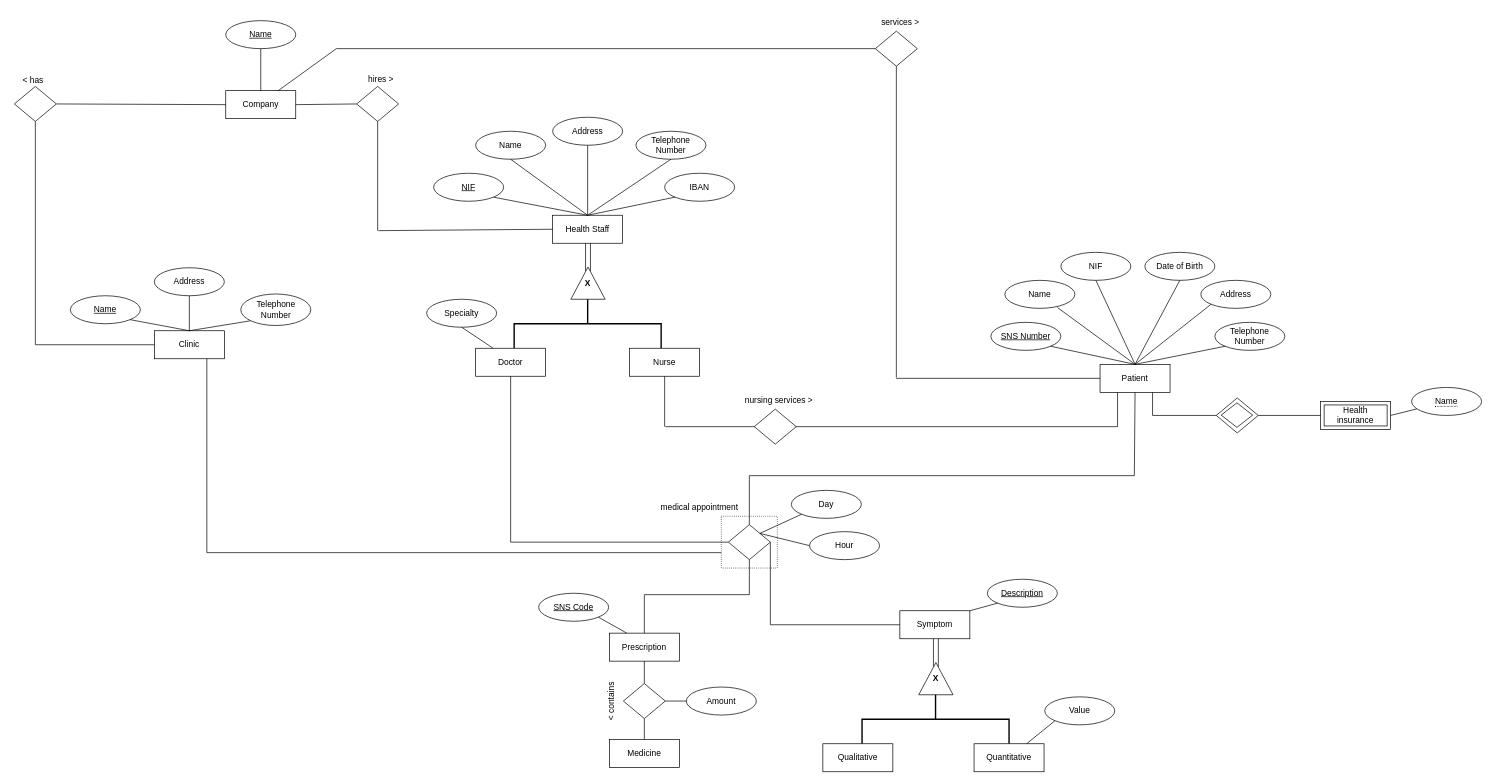
mariana-marcal-santana/BD.Health-DB-Manager keeps this draw.io diagram as Proj.drawio. Above is the earlier version. Source tidied: cells renumbered, new cells numbered last; positions are measured from the earlier drawing's top-left corner, leaving out a move shared by most shapes. Both pictures are drawn from the tidied source at 70%, with x=0, y=0 at pixel (12, 12).
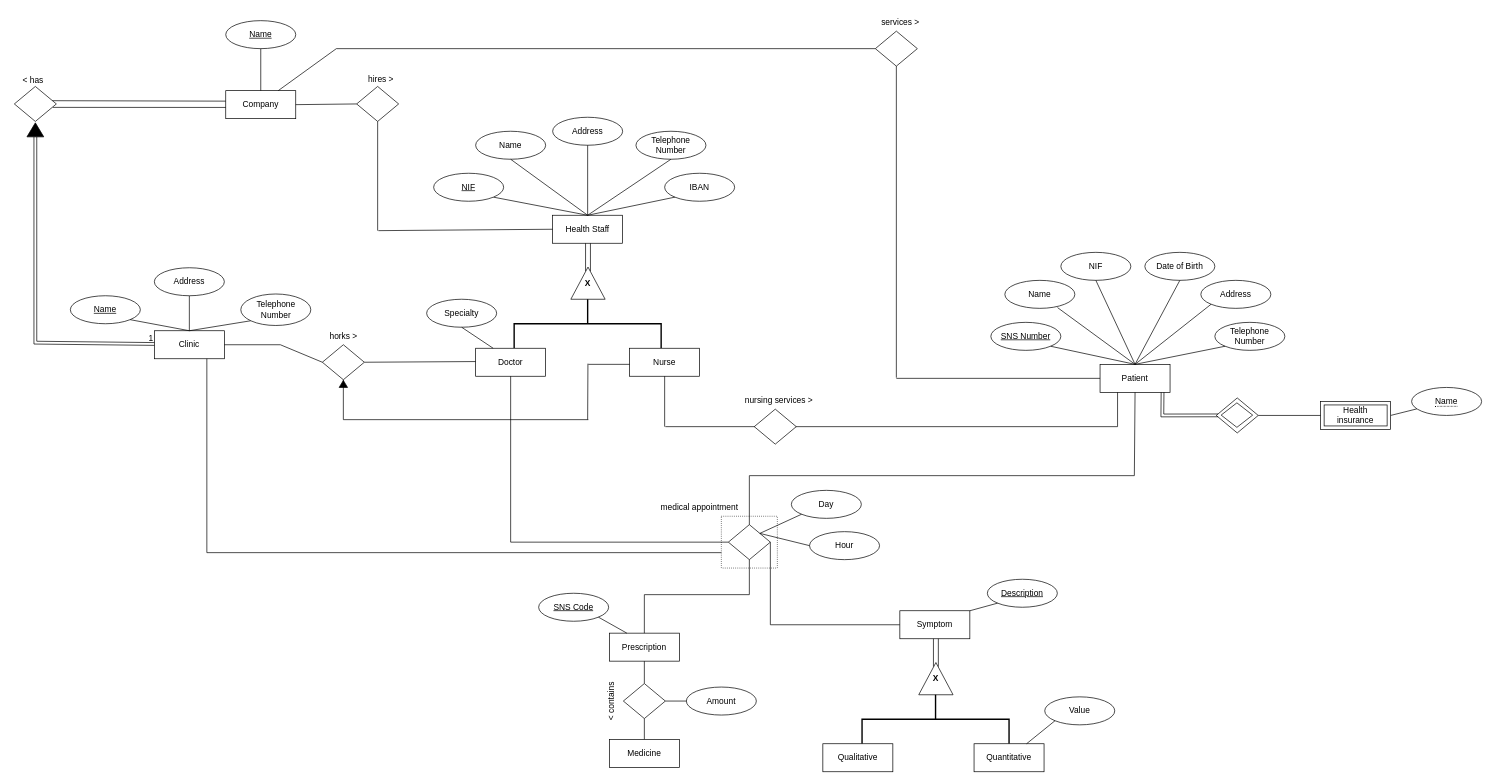
The same diagram, later.

Unchanged cells that the change refers to:
```xml
<mxCell id="2" value="Clinic" style="whiteSpace=wrap;html=1;align=center;" parent="1" vertex="1">
  <mxGeometry x="203" y="455" width="100" height="40" as="geometry" />
</mxCell>
<mxCell id="25" value="Patient" style="whiteSpace=wrap;html=1;align=center;" parent="1" vertex="1">
  <mxGeometry x="1554" y="503" width="100" height="40" as="geometry" />
</mxCell>
<mxCell id="38" value="Company" style="whiteSpace=wrap;html=1;align=center;" parent="1" vertex="1">
  <mxGeometry x="305" y="112" width="100" height="40" as="geometry" />
</mxCell>
<mxCell id="50" style="shape=rhombus;html=1;dashed=0;whiteSpace=wrap;perimeter=rhombusPerimeter;" parent="1" vertex="1">
  <mxGeometry x="3" y="106" width="60" height="50" as="geometry" />
</mxCell>
<mxCell id="95" style="shape=rhombus;html=1;dashed=0;whiteSpace=wrap;perimeter=rhombusPerimeter;" parent="1" vertex="1">
  <mxGeometry x="1720" y="551" width="60" height="50" as="geometry" />
</mxCell>
```

Diff of the diagram source:
```diff
@@
-    <mxCell id="48" style="endArrow=none;html=1;rounded=0;exitX=0;exitY=0.5;exitDx=0;exitDy=0;entryX=1;entryY=0.5;entryDx=0;entryDy=0;" parent="1" edge="1" source="38" target="50">
-      <mxGeometry relative="1" as="geometry" />
+    <mxCell id="48" style="endArrow=none;html=1;rounded=0;exitX=0;exitY=0.5;exitDx=0;exitDy=0;entryX=0.898;entryY=0.407;entryDx=0;entryDy=0;entryPerimeter=0;" parent="1" edge="1" target="50">
+      <mxGeometry relative="1" as="geometry">
+        <mxPoint x="305" y="127" as="sourcePoint" />
+      </mxGeometry>
     </mxCell>
-    <mxCell id="49" style="endArrow=none;html=1;rounded=0;exitX=0;exitY=0.5;exitDx=0;exitDy=0;" parent="1" edge="1" source="2" target="50">
-      <mxGeometry relative="1" as="geometry">
-        <Array as="points">
-          <mxPoint x="33" y="475" />
-        </Array>
-      </mxGeometry>
-    </mxCell>
@@
-    <mxCell id="97" style="endArrow=none;html=1;rounded=0;exitX=0.75;exitY=1;exitDx=0;exitDy=0;entryX=0;entryY=0.5;entryDx=0;entryDy=0;" parent="1" edge="1" source="25" target="95">
-      <mxGeometry relative="1" as="geometry">
-        <Array as="points">
-          <mxPoint x="1629" y="576" />
-        </Array>
-      </mxGeometry>
-    </mxCell>
@@
+    <mxCell id="110" style="endArrow=none;html=1;rounded=0;entryX=0.918;entryY=0.598;entryDx=0;entryDy=0;entryPerimeter=0;" parent="1" edge="1" target="50">
+      <mxGeometry relative="1" as="geometry">
+        <mxPoint x="305" y="136" as="sourcePoint" />
+      </mxGeometry>
+    </mxCell>
+    <mxCell id="111" style="triangle;whiteSpace=wrap;html=1;rotation=-90;fillColor=#000000;" parent="1" vertex="1">
+      <mxGeometry x="23" y="156" width="20" height="24" as="geometry" />
+    </mxCell>
+    <mxCell id="112" style="endArrow=none;html=1;rounded=0;entryX=0;entryY=0.5;entryDx=0;entryDy=0;exitX=1;exitY=0.5;exitDx=0;exitDy=0;" parent="1" edge="1" source="116">
+      <mxGeometry relative="1" as="geometry">
+        <mxPoint x="662" y="499" as="targetPoint" />
+      </mxGeometry>
+    </mxCell>
+    <mxCell id="113" style="endArrow=none;html=1;rounded=0;entryX=0;entryY=0.5;entryDx=0;entryDy=0;" parent="1" edge="1">
+      <mxGeometry relative="1" as="geometry">
+        <mxPoint x="823" y="503" as="sourcePoint" />
+        <mxPoint x="882" y="503" as="targetPoint" />
+      </mxGeometry>
+    </mxCell>
+    <mxCell id="114" style="endArrow=none;html=1;rounded=0;exitX=0.5;exitY=1;exitDx=0;exitDy=0;" parent="1" edge="1">
+      <mxGeometry relative="1" as="geometry">
+        <mxPoint x="822.4" y="502" as="sourcePoint" />
+        <mxPoint x="822" y="582" as="targetPoint" />
+      </mxGeometry>
+    </mxCell>
+    <mxCell id="115" style="endArrow=none;html=1;rounded=0;" parent="1" edge="1">
+      <mxGeometry relative="1" as="geometry">
+        <mxPoint x="473" y="582" as="sourcePoint" />
+        <mxPoint x="823" y="582" as="targetPoint" />
+      </mxGeometry>
+    </mxCell>
+    <mxCell id="116" style="shape=rhombus;html=1;dashed=0;whiteSpace=wrap;perimeter=rhombusPerimeter;" parent="1" vertex="1">
+      <mxGeometry x="443" y="475" width="60" height="50" as="geometry" />
+    </mxCell>
+    <mxCell id="117" style="endArrow=none;html=1;rounded=0;exitX=0.5;exitY=1;exitDx=0;exitDy=0;" parent="1" edge="1">
+      <mxGeometry relative="1" as="geometry">
+        <mxPoint x="473" y="525" as="sourcePoint" />
+        <mxPoint x="473" y="582" as="targetPoint" />
+      </mxGeometry>
+    </mxCell>
+    <mxCell id="118" value="horks &amp;gt;" style="text;html=1;align=center;verticalAlign=middle;strokeColor=none;fillColor=none;" parent="1" vertex="1">
+      <mxGeometry x="443" y="448" width="60" height="30" as="geometry" />
+    </mxCell>
+    <mxCell id="119" style="endArrow=none;html=1;rounded=0;entryX=0;entryY=0.5;entryDx=0;entryDy=0;exitX=1;exitY=0.5;exitDx=0;exitDy=0;" parent="1" edge="1" source="2" target="116">
+      <mxGeometry relative="1" as="geometry">
+        <Array as="points">
+          <mxPoint x="383" y="475" />
+        </Array>
+      </mxGeometry>
+    </mxCell>
+    <mxCell id="120" style="triangle;whiteSpace=wrap;html=1;rotation=-90;fillColor=#000000;" parent="1" vertex="1">
+      <mxGeometry x="468" y="525" width="10" height="12" as="geometry" />
+    </mxCell>
+    <mxCell id="97" style="shape=link;html=1;rounded=0;entryX=0.043;entryY=0.498;entryDx=0;entryDy=0;exitX=0.893;exitY=0.999;exitDx=0;exitDy=0;exitPerimeter=0;entryPerimeter=0;" parent="1" edge="1" source="25" target="95">
+      <mxGeometry relative="1" as="geometry">
+        <Array as="points">
+          <mxPoint x="1643" y="576" />
+        </Array>
+      </mxGeometry>
+    </mxCell>
+    <mxCell id="121" style="html=1;whiteSpace=wrap;align=right;verticalAlign=bottom;" parent="97" vertex="1">
+      <mxGeometry x="1" relative="1" as="geometry" />
+    </mxCell>
+    <mxCell id="122" style="shape=link;html=1;rounded=0;exitX=0;exitY=0.5;exitDx=0;exitDy=0;" parent="1" edge="1" source="111">
+      <mxGeometry relative="1" as="geometry">
+        <mxPoint x="203" y="473.9" as="targetPoint" />
+        <Array as="points">
+          <mxPoint x="33" y="472" />
+        </Array>
+      </mxGeometry>
+    </mxCell>
+    <mxCell id="123" value="1" style="html=1;whiteSpace=wrap;align=right;verticalAlign=bottom;" parent="122" vertex="1">
+      <mxGeometry x="1" relative="1" as="geometry" />
+    </mxCell>
```
